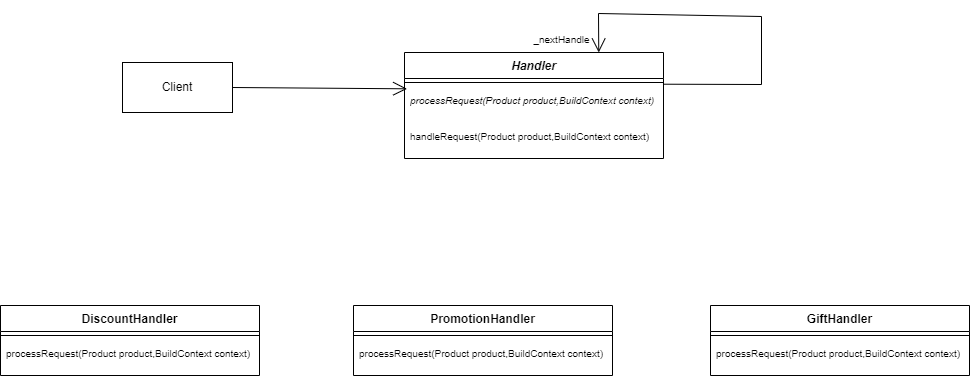
Before: diagram.drawio.png, a diagram exported from draw.io (xiangxiang3451/OOAP_03). Source tidied: cells renumbered, new cells last; positions are measured from the earlier drawing's top-left corner, leaving out a move shared by most shapes.
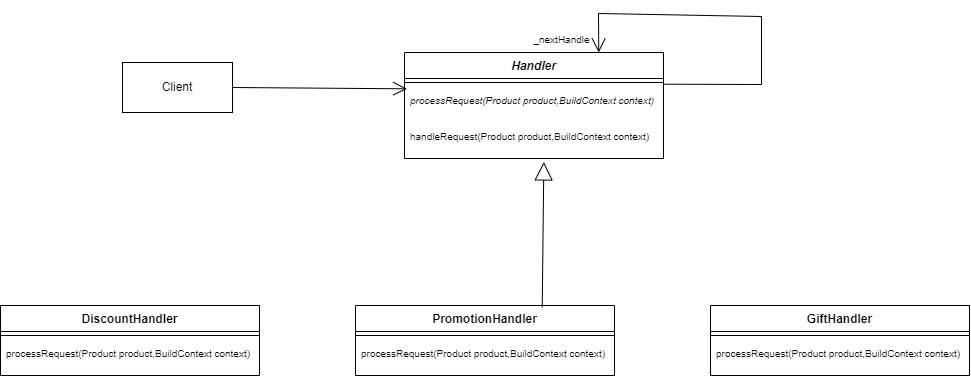
The same file after the commit.

What changed in the source:
```diff
@@ -43,7 +43,7 @@
       <mxGeometry y="34" width="259" height="36" as="geometry" />
     </mxCell>
     <mxCell id="13" value="PromotionHandler" style="swimlane;fontStyle=1;align=center;verticalAlign=top;horizontal=1;startSize=26;whiteSpace=wrap;html=1;" parent="1" vertex="1">
-      <mxGeometry x="353" y="292" width="259" height="70" as="geometry" />
+      <mxGeometry x="355" y="292" width="259" height="70" as="geometry" />
     </mxCell>
     <mxCell id="14" style="line;strokeWidth=1;fillColor=none;align=left;verticalAlign=middle;spacingTop=-1;spacingLeft=3;spacingRight=3;labelPosition=right;strokeColor=inherit;" parent="13" vertex="1">
       <mxGeometry y="26" width="259" height="8" as="geometry" />
@@ -60,5 +60,8 @@
     <mxCell id="18" value="&lt;font style=&quot;font-size: 10px;&quot;&gt;processRequest(Product product,BuildContext context)&lt;/font&gt;" style="text;strokeColor=none;fillColor=none;align=left;verticalAlign=top;spacingLeft=4;spacingRight=4;overflow=hidden;whiteSpace=wrap;html=1;" parent="16" vertex="1">
       <mxGeometry y="34" width="259" height="36" as="geometry" />
     </mxCell>
+    <mxCell id="19" style="endArrow=block;endSize=16;endFill=0;html=1;rounded=0;fontSize=12;curved=1;entryX=0.538;entryY=1.096;entryDx=0;entryDy=0;entryPerimeter=0;exitX=0.721;exitY=0.025;exitDx=0;exitDy=0;exitPerimeter=0;" parent="1" edge="1" source="13" target="5">
+      <mxGeometry x="-0.11" y="47" relative="1" as="geometry" />
+    </mxCell>
   </root>
 </mxGraphModel>
```
